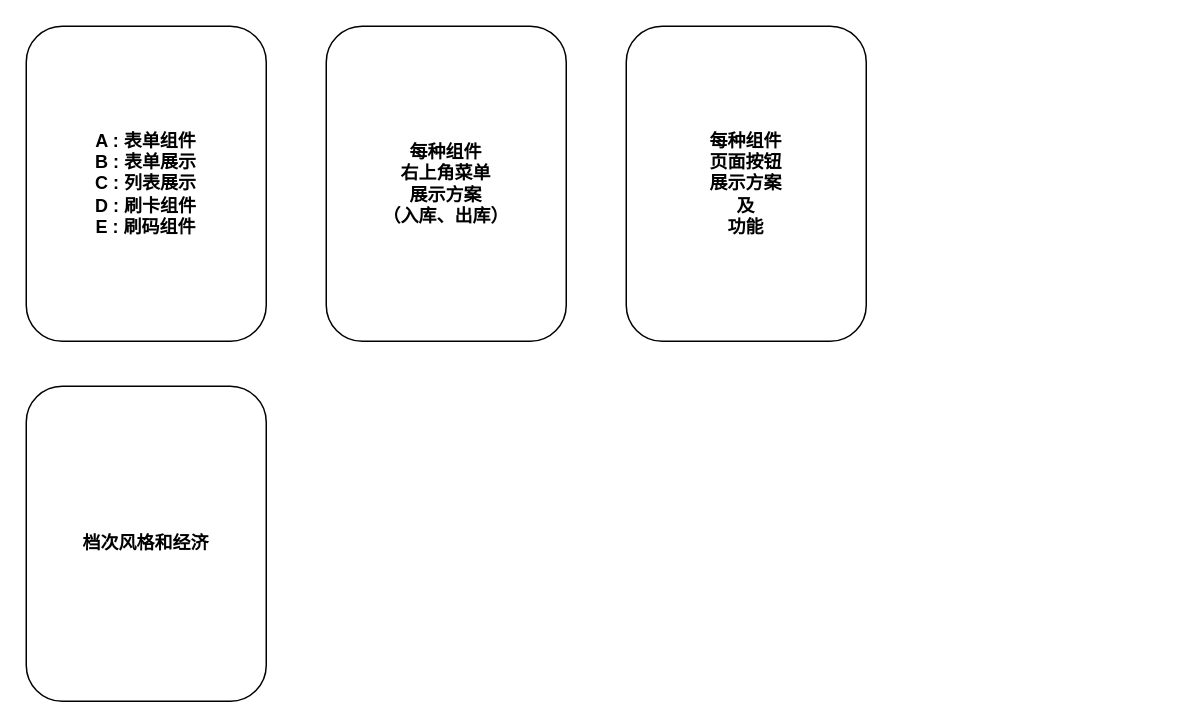
RuGxxx/Rug_home_Django keeps this draw.io diagram as page "Page-4" (4 of 5) of Untitled Diagram.drawio. Above is the earlier version. Source tidied: cells renumbered, new cells numbered last; positions are measured from the earlier drawing's top-left corner, leaving out a move shared by most shapes. Both pictures are drawn from the tidied source at 150%, with x=0, y=0 at pixel (26, 26).
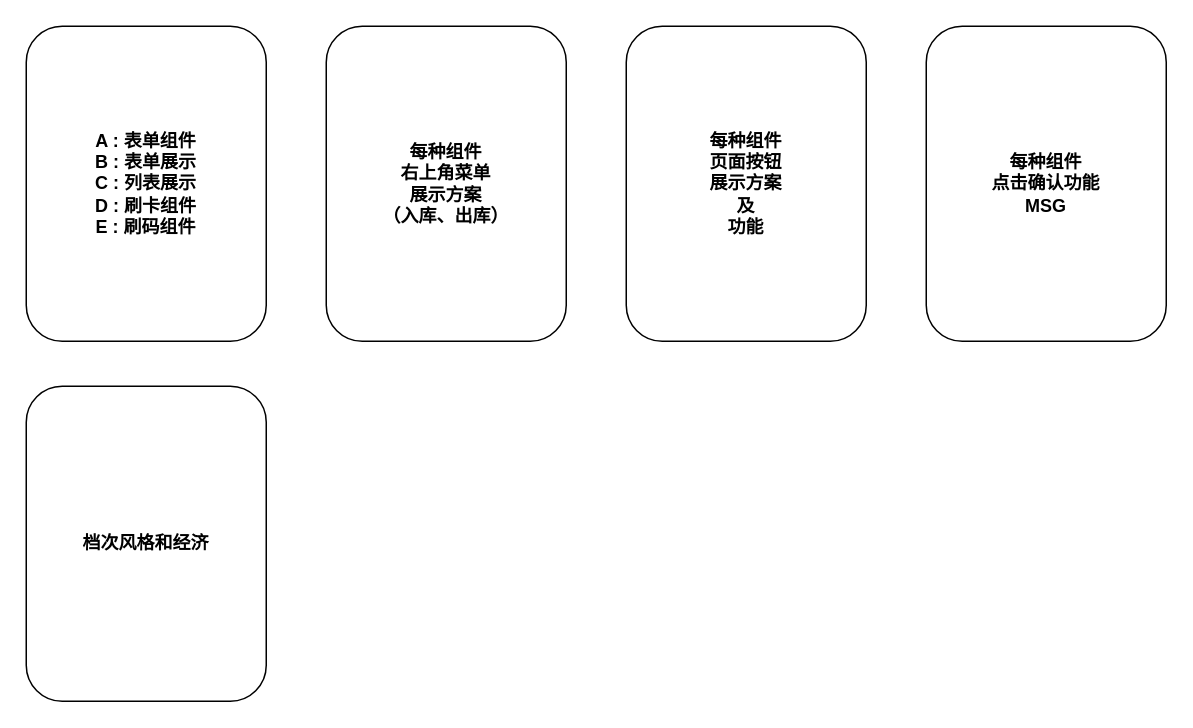
Above is the later version.

Change to the diagram source:
```diff
@@
 <mxGraphModel>
   <root>
     <mxCell id="0" />
     <mxCell id="1" parent="0" />
     <mxCell id="2" value="&lt;b&gt;A : 表单组件&lt;br&gt;B : 表单展示&lt;br&gt;C : 列表展示&lt;br&gt;D : 刷卡组件&lt;br&gt;E : 刷码组件&lt;br&gt;&lt;/b&gt;" style="rounded=1;whiteSpace=wrap;html=1;" parent="1" vertex="1">
       <mxGeometry width="160" height="210" as="geometry" />
     </mxCell>
     <mxCell id="3" value="每种组件&lt;br&gt;右上角菜单&lt;br&gt;展示方案&lt;br&gt;（入库、出库）" style="rounded=1;whiteSpace=wrap;html=1;fontStyle=1;" parent="1" vertex="1">
       <mxGeometry x="200" width="160" height="210" as="geometry" />
     </mxCell>
     <mxCell id="4" value="&lt;span&gt;每种组件&lt;/span&gt;&lt;br&gt;&lt;span&gt;页面按钮&lt;/span&gt;&lt;br&gt;&lt;span&gt;展示方案&lt;/span&gt;&lt;br&gt;及&lt;br&gt;功能" style="rounded=1;whiteSpace=wrap;html=1;fontStyle=1;" parent="1" vertex="1">
       <mxGeometry x="400" width="160" height="210" as="geometry" />
     </mxCell>
     <mxCell id="5" value="档次风格和经济" style="rounded=1;whiteSpace=wrap;html=1;fontStyle=1;" parent="1" vertex="1">
       <mxGeometry y="240" width="160" height="210" as="geometry" />
     </mxCell>
+    <mxCell id="6" value="&lt;span&gt;每种组件&lt;/span&gt;&lt;br&gt;点击确认功能&lt;br&gt;MSG" style="rounded=1;whiteSpace=wrap;html=1;fontStyle=1;" parent="1" vertex="1">
+      <mxGeometry x="600" width="160" height="210" as="geometry" />
+    </mxCell>
   </root>
 </mxGraphModel>
```
